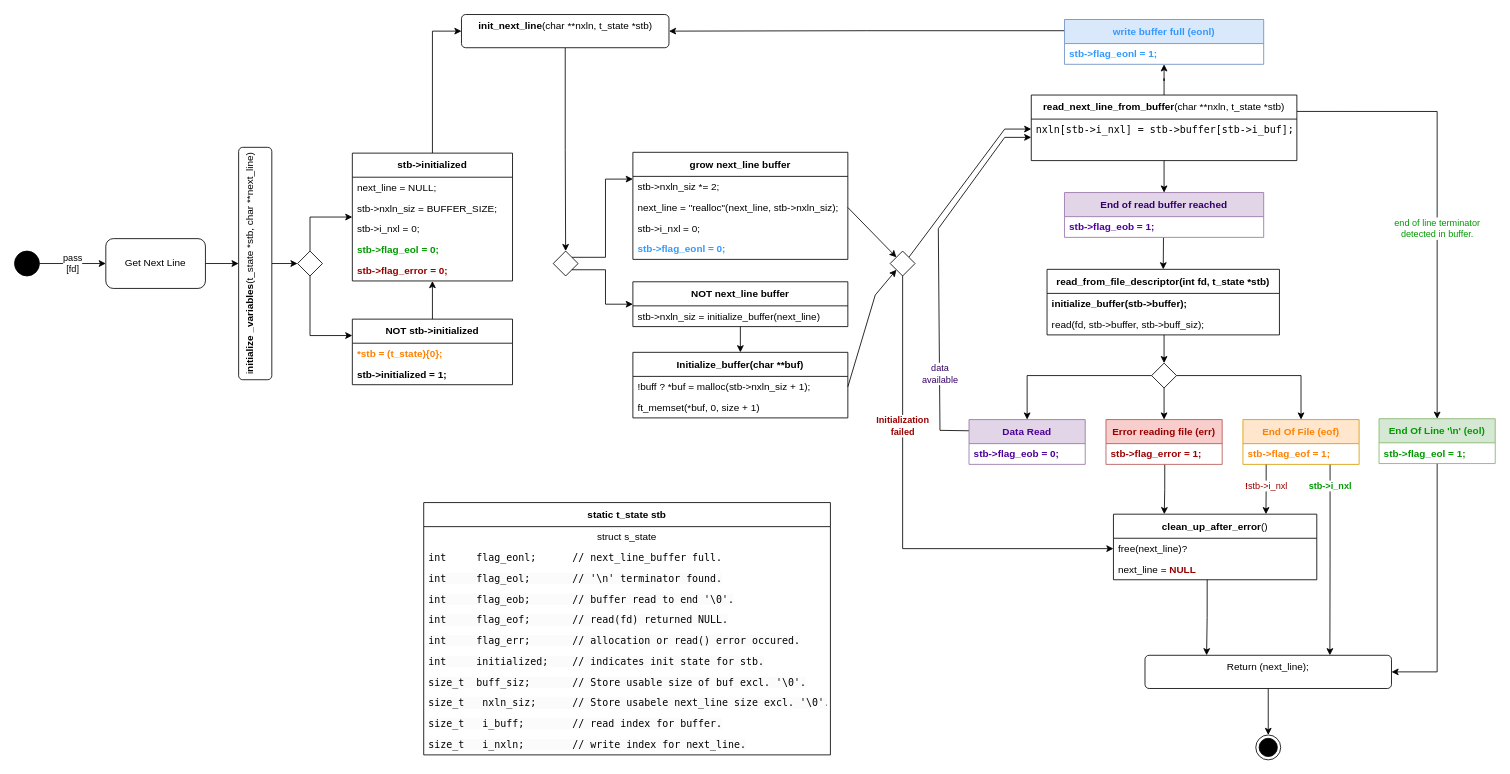
This is page "Machine state" (2 of 3) of gnl_state_diagram.drawio from kuilboer/get_next_line, a draw.io file, before an edit. Source tidied: cells renumbered, new cells numbered last; positions are measured from the earlier drawing's top-left corner, leaving out a move shared by most shapes. Both pictures are drawn from the tidied source at 83%, with x=0, y=0 at pixel (14, 14).
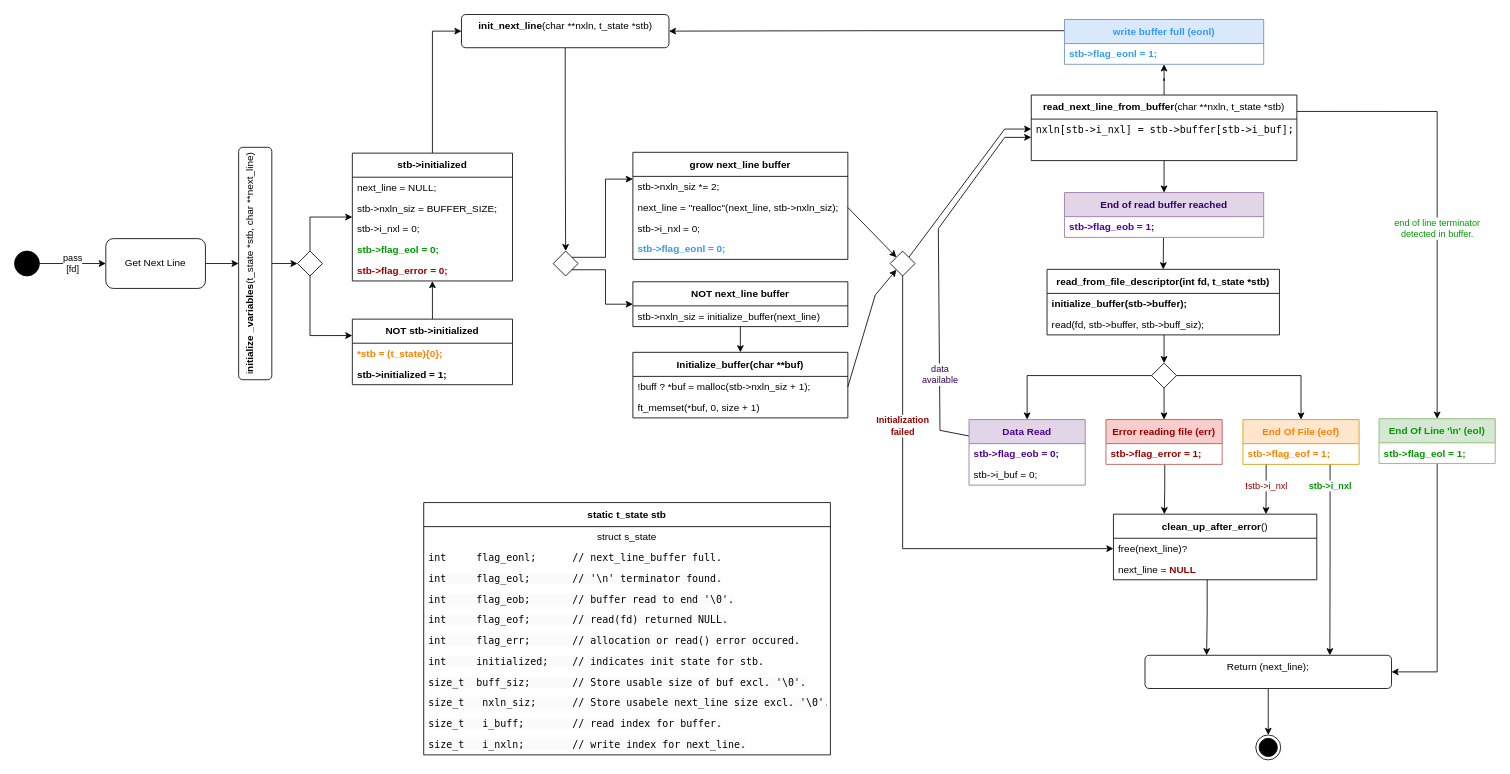
The same diagram, later.

Diff of the diagram source:
```diff
@@
     <mxCell id="7" value="&lt;font style=&quot;color: rgb(76, 0, 153);&quot;&gt;Data Read&lt;/font&gt;" style="swimlane;fontStyle=1;align=center;verticalAlign=middle;horizontal=1;startSize=29;html=1;whiteSpace=wrap;fillColor=#e1d5e7;strokeColor=#9673a6;" parent="1" vertex="1">
-      <mxGeometry x="1150" y="488" width="140" height="54" as="geometry" />
+      <mxGeometry x="1150" y="488" width="140" height="79" as="geometry" />
     </mxCell>
@@
+    <mxCell id="95" value="stb-&amp;gt;i_buf = 0;" style="text;html=1;strokeColor=none;fillColor=none;align=left;verticalAlign=middle;spacingLeft=4;spacingRight=4;overflow=hidden;whiteSpace=wrap;fontColor=#000000;" parent="7" vertex="1">
+      <mxGeometry y="54" width="140" height="25" as="geometry" />
+    </mxCell>
```
